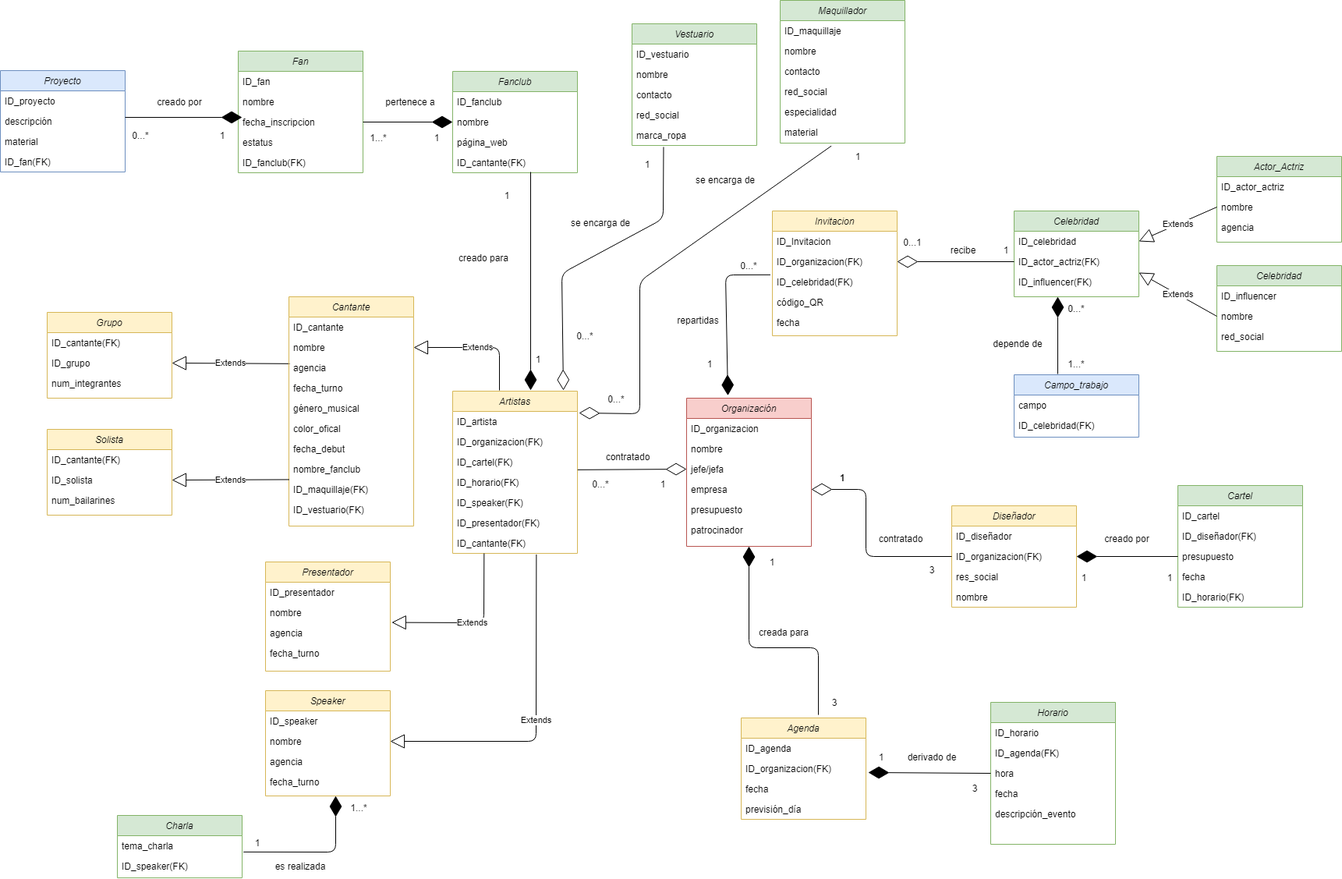
Above: Documentación/4.1-Diagrama_de_BBDD.png in nataliacristobal98/ProyectoQuevedoFest (draw.io), before the change. Source tidied: cells renumbered, new cells last; positions are measured from the earlier drawing's top-left corner, leaving out a move shared by most shapes.
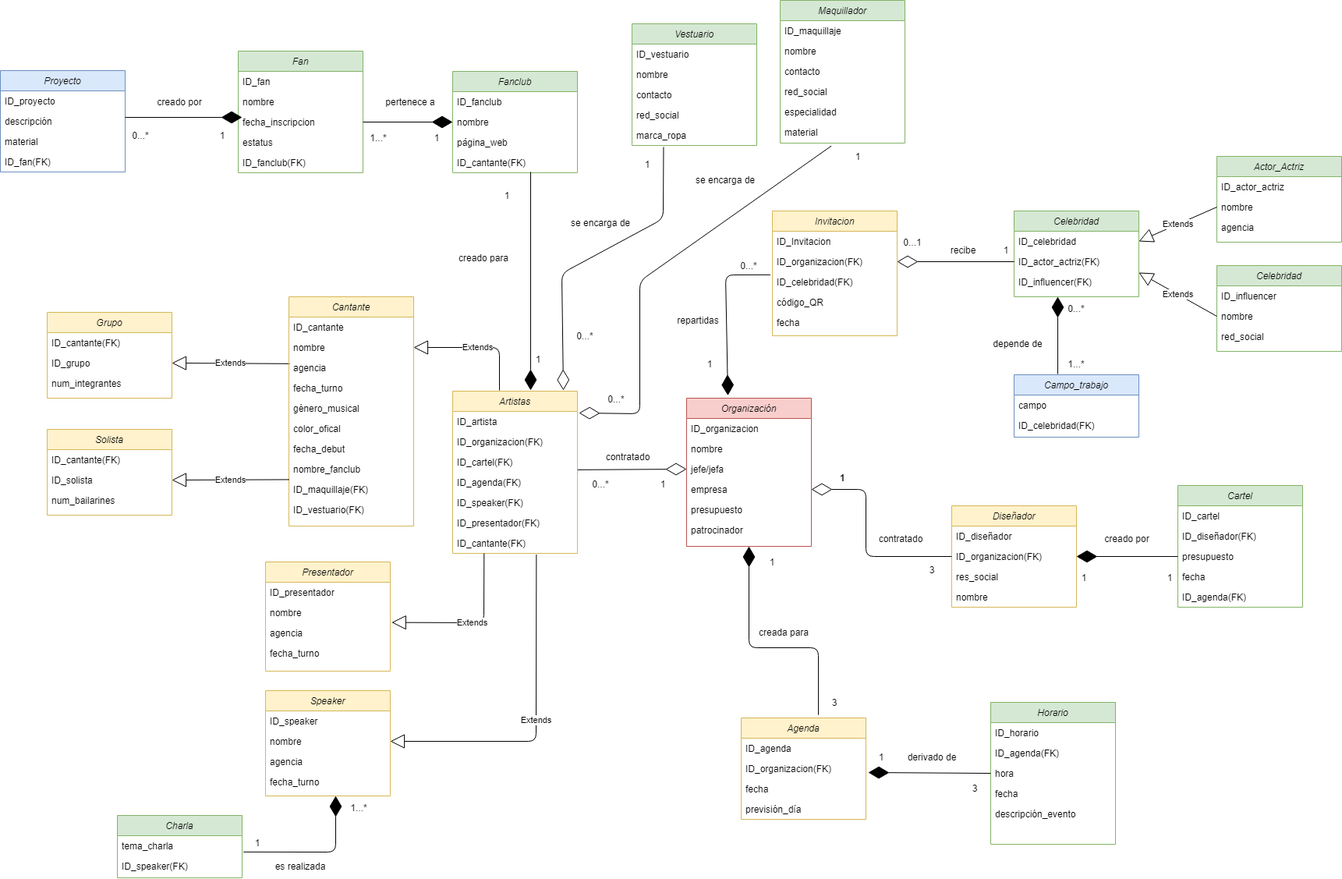
Above is the later version.

Diff of the diagram source:
```diff
@@ -35,7 +35,7 @@
     <mxCell id="12" value="ID_cartel(FK)" style="text;align=left;verticalAlign=top;spacingLeft=4;spacingRight=4;overflow=hidden;points=[[0,0.5],[1,0.5]];portConstraint=eastwest;rounded=0;shadow=0;html=0;" parent="9" vertex="1">
       <mxGeometry y="78" width="160" height="26" as="geometry" />
     </mxCell>
-    <mxCell id="13" value="ID_horario(FK)" style="text;align=left;verticalAlign=top;spacingLeft=4;spacingRight=4;overflow=hidden;rounded=0;shadow=0;html=0;" parent="9" vertex="1">
+    <mxCell id="13" value="ID_agenda(FK)" style="text;align=left;verticalAlign=top;spacingLeft=4;spacingRight=4;overflow=hidden;rounded=0;shadow=0;html=0;" parent="9" vertex="1">
       <mxGeometry y="104" width="160" height="26" as="geometry" />
     </mxCell>
     <mxCell id="14" value="ID_speaker(FK)" style="text;align=left;verticalAlign=top;spacingLeft=4;spacingRight=4;overflow=hidden;rounded=0;shadow=0;html=0;" parent="9" vertex="1">
@@ -269,7 +269,7 @@
     <mxCell id="90" value="fecha" style="text;align=left;verticalAlign=top;spacingLeft=4;spacingRight=4;overflow=hidden;rounded=0;shadow=0;html=0;" parent="86" vertex="1">
       <mxGeometry y="104" width="160" height="26" as="geometry" />
     </mxCell>
-    <mxCell id="91" value="ID_horario(FK)" style="text;align=left;verticalAlign=top;spacingLeft=4;spacingRight=4;overflow=hidden;rounded=0;shadow=0;html=0;" parent="86" vertex="1">
+    <mxCell id="91" value="ID_agenda(FK)" style="text;align=left;verticalAlign=top;spacingLeft=4;spacingRight=4;overflow=hidden;rounded=0;shadow=0;html=0;" parent="86" vertex="1">
       <mxGeometry y="130" width="160" height="26" as="geometry" />
     </mxCell>
     <mxCell id="92" value="Agenda" style="swimlane;fontStyle=2;align=center;verticalAlign=top;horizontal=1;startSize=26;rounded=0;shadow=0;strokeWidth=1;fillColor=#fff2cc;strokeColor=#d6b656;" parent="1" vertex="1">
```
